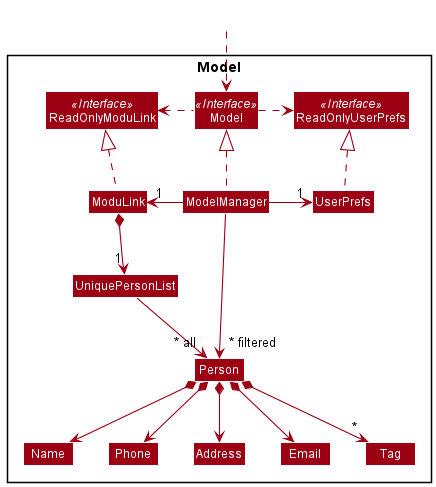
The PlantUML diagram docs/images/ModelClassDiagram.png in nus-cs2103-AY2122S1/tp, before a commit.
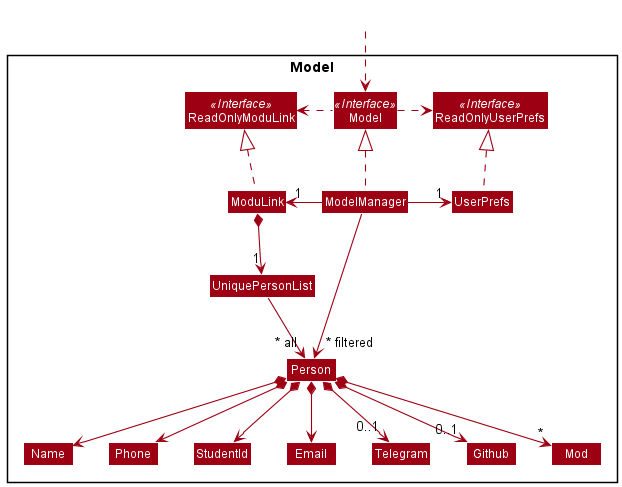
After the change.

Commit message:
Update model diagram

The edit, as a diff of the source:
```diff
@@ -18,11 +18,13 @@
 
 Class UniquePersonList
 Class Person
-Class Address
+Class StudentId
 Class Email
 Class Name
 Class Phone
-Class Tag
+Class Telegram
+Class Github
+Class Mod
 
 }
 
@@ -43,12 +45,13 @@
 Person *--> Name
 Person *--> Phone
 Person *--> Email
-Person *--> Address
-Person *--> "*" Tag
+Person *--> StudentId
+Person *--> "0..1" Telegram
+Person *--> "0..1" Github
+Person *--> "*" Mod
 
 Name -[hidden]right-> Phone
-Phone -[hidden]right-> Address
-Address -[hidden]right-> Email
+
 
 ModelManager -->"~* filtered" Person
 @enduml
```
